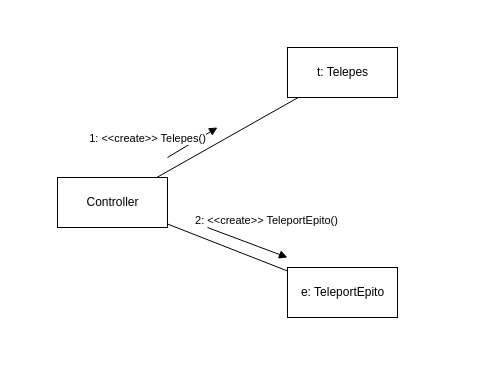
Before: doc/kommunikacio/kom_TelepesKaputEpit.drawio in torpeBoiGo/aszteroidabanyaszat, a draw.io diagram. Source tidied: cells renumbered, new cells numbered last; positions are measured from the earlier drawing's top-left corner, leaving out a move shared by most shapes. Both pictures are drawn from the tidied source at 100%, with x=0, y=0 at pixel (57, 47).
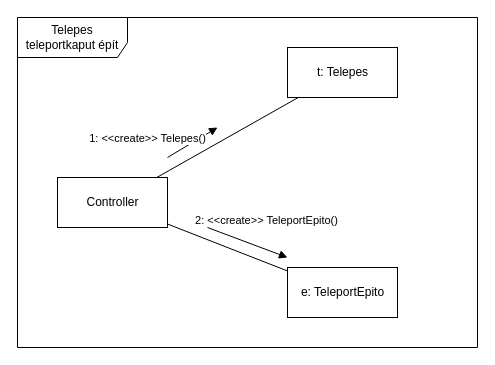
After the change.

The edit, as a diff of the source:
```diff
@@
 <mxGraphModel>
   <root>
     <mxCell id="0" />
     <mxCell id="1" parent="0" />
+    <mxCell id="9" value="Telepes teleportkaput épít" style="shape=umlFrame;whiteSpace=wrap;html=1;width=110;height=40;" parent="1" vertex="1">
+      <mxGeometry x="-40" y="-30" width="460" height="330" as="geometry" />
+    </mxCell>
     <mxCell id="2" value="t: Telepes" style="html=1;" parent="1" vertex="1">
       <mxGeometry x="230" width="110" height="50" as="geometry" />
     </mxCell>
     <mxCell id="3" value="e: TeleportEpito" style="html=1;" parent="1" vertex="1">
       <mxGeometry x="230" y="220" width="110" height="50" as="geometry" />
     </mxCell>
     <mxCell id="4" value="Controller" style="html=1;" parent="1" vertex="1">
       <mxGeometry y="130" width="110" height="50" as="geometry" />
     </mxCell>
     <mxCell id="5" style="html=1;verticalAlign=bottom;endArrow=none;endFill=0;" parent="1" edge="1" source="4" target="2">
       <mxGeometry relative="1" as="geometry" />
     </mxCell>
     <mxCell id="6" style="html=1;verticalAlign=bottom;endArrow=none;endFill=0;" parent="1" edge="1" source="4" target="3">
       <mxGeometry relative="1" as="geometry" />
     </mxCell>
     <mxCell id="7" value="1: &amp;lt;&amp;lt;create&amp;gt;&amp;gt; Telepes()" style="html=1;verticalAlign=bottom;endArrow=block;" parent="1" edge="1">
       <mxGeometry x="-1" y="22" relative="1" as="geometry">
         <mxPoint x="110" y="110" as="sourcePoint" />
         <mxPoint x="160" y="80" as="targetPoint" />
         <mxPoint x="-9" y="9" as="offset" />
       </mxGeometry>
     </mxCell>
     <mxCell id="8" value="2: &amp;lt;&amp;lt;create&amp;gt;&amp;gt; TeleportEpito()" style="html=1;verticalAlign=bottom;endArrow=block;" parent="1" edge="1">
       <mxGeometry x="0.31" y="19" relative="1" as="geometry">
         <mxPoint x="150" y="180" as="sourcePoint" />
         <mxPoint x="230" y="210" as="targetPoint" />
       </mxGeometry>
     </mxCell>
   </root>
 </mxGraphModel>
```
